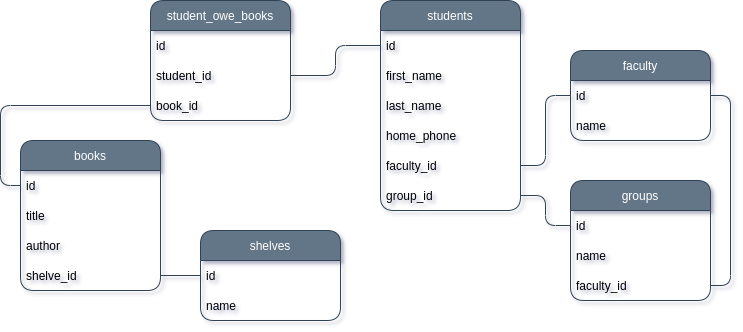
Earlier version of the draw.io export diagram.png (kud-aa/project-seminar). Source tidied: cells renumbered, new cells last; positions are measured from the earlier drawing's top-left corner, leaving out a move shared by most shapes.
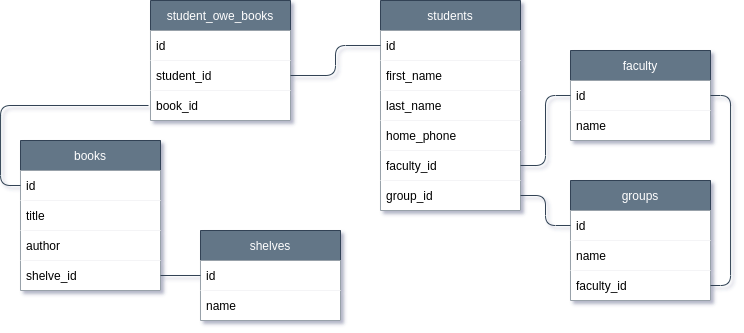
Above is the later version.

What changed in the source:
```diff
@@ -2,85 +2,85 @@
   <root>
     <mxCell id="0" />
     <mxCell id="1" parent="0" />
-    <mxCell id="2" value="faculty" style="swimlane;fontStyle=0;horizontal=1;startSize=30;rounded=1;fillColor=#647687;fontColor=#ffffff;strokeColor=#314354;" parent="1" vertex="1">
+    <mxCell id="2" value="faculty" style="swimlane;fontStyle=0;horizontal=1;startSize=30;rounded=0;fillColor=#647687;fontColor=#ffffff;strokeColor=#314354;" parent="1" vertex="1">
       <mxGeometry x="550" y="50" width="140" height="90" as="geometry" />
     </mxCell>
-    <mxCell id="3" value="id" style="text;strokeColor=none;fillColor=none;align=left;verticalAlign=middle;spacingLeft=4;spacingRight=4;overflow=hidden;points=[[0,0.5],[1,0.5]];portConstraint=eastwest;rounded=1;" parent="2" vertex="1">
+    <mxCell id="3" value="id" style="text;strokeColor=none;fillColor=default;align=left;verticalAlign=middle;spacingLeft=4;spacingRight=4;overflow=hidden;points=[[0,0.5],[1,0.5]];portConstraint=eastwest;rounded=0;" parent="2" vertex="1">
       <mxGeometry y="30" width="140" height="30" as="geometry" />
     </mxCell>
-    <mxCell id="4" value="name" style="text;strokeColor=none;fillColor=none;align=left;verticalAlign=middle;spacingLeft=4;spacingRight=4;overflow=hidden;" parent="2" vertex="1">
+    <mxCell id="4" value="name" style="text;strokeColor=none;fillColor=default;align=left;verticalAlign=middle;spacingLeft=4;spacingRight=4;overflow=hidden;" parent="2" vertex="1">
       <mxGeometry y="60" width="140" height="30" as="geometry" />
     </mxCell>
-    <mxCell id="5" value="groups" style="swimlane;fontStyle=0;horizontal=1;startSize=30;rounded=1;fillColor=#647687;fontColor=#ffffff;strokeColor=#314354;" parent="1" vertex="1">
+    <mxCell id="5" value="groups" style="swimlane;fontStyle=0;horizontal=1;startSize=30;rounded=0;fillColor=#647687;fontColor=#ffffff;strokeColor=#314354;" parent="1" vertex="1">
       <mxGeometry x="550" y="180" width="140" height="120" as="geometry" />
     </mxCell>
-    <mxCell id="6" value="id" style="text;strokeColor=none;fillColor=none;align=left;verticalAlign=middle;spacingLeft=4;spacingRight=4;overflow=hidden;points=[[0,0.5],[1,0.5]];portConstraint=eastwest;rounded=1;" parent="5" vertex="1">
+    <mxCell id="6" value="id" style="text;strokeColor=none;fillColor=default;align=left;verticalAlign=middle;spacingLeft=4;spacingRight=4;overflow=hidden;points=[[0,0.5],[1,0.5]];portConstraint=eastwest;rounded=0;" parent="5" vertex="1">
       <mxGeometry y="30" width="140" height="30" as="geometry" />
     </mxCell>
-    <mxCell id="7" value="name" style="text;strokeColor=none;fillColor=none;align=left;verticalAlign=middle;spacingLeft=4;spacingRight=4;overflow=hidden;" parent="5" vertex="1">
+    <mxCell id="7" value="name" style="text;strokeColor=none;fillColor=default;align=left;verticalAlign=middle;spacingLeft=4;spacingRight=4;overflow=hidden;" parent="5" vertex="1">
       <mxGeometry y="60" width="140" height="30" as="geometry" />
     </mxCell>
-    <mxCell id="8" value="faculty_id" style="text;strokeColor=none;fillColor=none;align=left;verticalAlign=middle;spacingLeft=4;spacingRight=4;overflow=hidden;points=[[0,0.5],[1,0.5]];portConstraint=eastwest;" parent="5" vertex="1">
+    <mxCell id="8" value="faculty_id" style="text;strokeColor=none;fillColor=default;align=left;verticalAlign=middle;spacingLeft=4;spacingRight=4;overflow=hidden;points=[[0,0.5],[1,0.5]];portConstraint=eastwest;" parent="5" vertex="1">
       <mxGeometry y="90" width="140" height="30" as="geometry" />
     </mxCell>
-    <mxCell id="9" value="students" style="swimlane;fontStyle=0;horizontal=1;startSize=30;rounded=1;fillColor=#647687;fontColor=#ffffff;strokeColor=#314354;" parent="1" vertex="1">
+    <mxCell id="9" value="students" style="swimlane;fontStyle=0;horizontal=1;startSize=30;rounded=0;fillColor=#647687;fontColor=#ffffff;strokeColor=#314354;" parent="1" vertex="1">
       <mxGeometry x="360" width="140" height="210" as="geometry" />
     </mxCell>
-    <mxCell id="10" value="id" style="text;strokeColor=none;fillColor=none;align=left;verticalAlign=middle;spacingLeft=4;spacingRight=4;overflow=hidden;points=[[0,0.5],[1,0.5]];portConstraint=eastwest;rounded=1;" parent="9" vertex="1">
+    <mxCell id="10" value="id" style="text;strokeColor=none;fillColor=default;align=left;verticalAlign=middle;spacingLeft=4;spacingRight=4;overflow=hidden;points=[[0,0.5],[1,0.5]];portConstraint=eastwest;rounded=0;" parent="9" vertex="1">
       <mxGeometry y="30" width="140" height="30" as="geometry" />
     </mxCell>
-    <mxCell id="11" value="first_name" style="text;strokeColor=none;fillColor=none;align=left;verticalAlign=middle;spacingLeft=4;spacingRight=4;overflow=hidden;" parent="9" vertex="1">
+    <mxCell id="11" value="first_name" style="text;strokeColor=none;fillColor=default;align=left;verticalAlign=middle;spacingLeft=4;spacingRight=4;overflow=hidden;" parent="9" vertex="1">
       <mxGeometry y="60" width="140" height="30" as="geometry" />
     </mxCell>
-    <mxCell id="12" value="last_name" style="text;strokeColor=none;fillColor=none;align=left;verticalAlign=middle;spacingLeft=4;spacingRight=4;overflow=hidden;" parent="9" vertex="1">
+    <mxCell id="12" value="last_name" style="text;strokeColor=none;fillColor=default;align=left;verticalAlign=middle;spacingLeft=4;spacingRight=4;overflow=hidden;" parent="9" vertex="1">
       <mxGeometry y="90" width="140" height="30" as="geometry" />
     </mxCell>
-    <mxCell id="13" value="home_phone" style="text;strokeColor=none;fillColor=none;align=left;verticalAlign=middle;spacingLeft=4;spacingRight=4;overflow=hidden;" parent="9" vertex="1">
+    <mxCell id="13" value="home_phone" style="text;strokeColor=none;fillColor=default;align=left;verticalAlign=middle;spacingLeft=4;spacingRight=4;overflow=hidden;" parent="9" vertex="1">
       <mxGeometry y="120" width="140" height="30" as="geometry" />
     </mxCell>
-    <mxCell id="14" value="faculty_id" style="text;strokeColor=none;fillColor=none;align=left;verticalAlign=middle;spacingLeft=4;spacingRight=4;overflow=hidden;points=[[0,0.5],[1,0.5]];portConstraint=eastwest;" parent="9" vertex="1">
+    <mxCell id="14" value="faculty_id" style="text;strokeColor=none;fillColor=default;align=left;verticalAlign=middle;spacingLeft=4;spacingRight=4;overflow=hidden;points=[[0,0.5],[1,0.5]];portConstraint=eastwest;" parent="9" vertex="1">
       <mxGeometry y="150" width="140" height="30" as="geometry" />
     </mxCell>
-    <mxCell id="15" value="group_id" style="text;strokeColor=none;fillColor=none;align=left;verticalAlign=middle;spacingLeft=4;spacingRight=4;overflow=hidden;points=[[0,0.5],[1,0.5]];portConstraint=eastwest;" parent="9" vertex="1">
+    <mxCell id="15" value="group_id" style="text;strokeColor=none;fillColor=default;align=left;verticalAlign=middle;spacingLeft=4;spacingRight=4;overflow=hidden;points=[[0,0.5],[1,0.5]];portConstraint=eastwest;" parent="9" vertex="1">
       <mxGeometry y="180" width="140" height="30" as="geometry" />
     </mxCell>
-    <mxCell id="16" value="student_owe_books" style="swimlane;fontStyle=0;horizontal=1;startSize=30;rounded=1;fillColor=#647687;fontColor=#ffffff;strokeColor=#314354;" parent="1" vertex="1">
+    <mxCell id="16" value="student_owe_books" style="swimlane;fontStyle=0;horizontal=1;startSize=30;rounded=0;fillColor=#647687;fontColor=#ffffff;strokeColor=#314354;swimlaneLine=1;" parent="1" vertex="1">
       <mxGeometry x="130" width="140" height="120" as="geometry" />
     </mxCell>
-    <mxCell id="17" value="id" style="text;strokeColor=none;fillColor=none;align=left;verticalAlign=middle;spacingLeft=4;spacingRight=4;overflow=hidden;rounded=1;" parent="16" vertex="1">
+    <mxCell id="17" value="id" style="text;align=left;verticalAlign=middle;spacingLeft=4;spacingRight=4;overflow=hidden;rounded=0;fillColor=default;" parent="16" vertex="1">
       <mxGeometry y="30" width="140" height="30" as="geometry" />
     </mxCell>
-    <mxCell id="18" value="student_id" style="text;strokeColor=none;fillColor=none;align=left;verticalAlign=middle;spacingLeft=4;spacingRight=4;overflow=hidden;points=[[0,0.5],[1,0.5]];portConstraint=eastwest;" parent="16" vertex="1">
+    <mxCell id="18" value="student_id" style="text;strokeColor=none;fillColor=default;align=left;verticalAlign=middle;spacingLeft=4;spacingRight=4;overflow=hidden;points=[[0,0.5],[1,0.5]];portConstraint=eastwest;" parent="16" vertex="1">
       <mxGeometry y="60" width="140" height="30" as="geometry" />
     </mxCell>
-    <mxCell id="19" value="book_id" style="text;strokeColor=none;fillColor=none;align=left;verticalAlign=middle;spacingLeft=4;spacingRight=4;overflow=hidden;points=[[0,0.5],[1,0.5]];portConstraint=eastwest;" parent="16" vertex="1">
+    <mxCell id="19" value="book_id" style="text;strokeColor=none;fillColor=default;align=left;verticalAlign=middle;spacingLeft=4;spacingRight=4;overflow=hidden;points=[[0,0.5],[1,0.5]];portConstraint=eastwest;rounded=0;perimeterSpacing=2;" parent="16" vertex="1">
       <mxGeometry y="90" width="140" height="30" as="geometry" />
     </mxCell>
     <mxCell id="20" style="edgeStyle=orthogonalEdgeStyle;rounded=1;jettySize=auto;html=1;exitX=0;exitY=0.5;exitDx=0;exitDy=0;entryX=1;entryY=0.5;entryDx=0;entryDy=0;endArrow=none;endFill=0;strokeColor=#314354;" parent="1" edge="1" source="3" target="14">
       <mxGeometry relative="1" as="geometry" />
     </mxCell>
-    <mxCell id="21" value="books" style="swimlane;fontStyle=0;horizontal=1;startSize=30;rounded=1;fillColor=#647687;fontColor=#ffffff;strokeColor=#314354;" parent="1" vertex="1">
+    <mxCell id="21" value="books" style="swimlane;fontStyle=0;horizontal=1;startSize=30;rounded=0;fillColor=#647687;fontColor=#ffffff;strokeColor=#314354;" parent="1" vertex="1">
       <mxGeometry y="140" width="140" height="150" as="geometry" />
     </mxCell>
-    <mxCell id="22" value="id" style="text;strokeColor=none;fillColor=none;align=left;verticalAlign=middle;spacingLeft=4;spacingRight=4;overflow=hidden;points=[[0,0.5],[1,0.5]];portConstraint=eastwest;rounded=1;" parent="21" vertex="1">
+    <mxCell id="22" value="id" style="text;strokeColor=none;fillColor=default;align=left;verticalAlign=middle;spacingLeft=4;spacingRight=4;overflow=hidden;points=[[0,0.5],[1,0.5]];portConstraint=eastwest;rounded=0;" parent="21" vertex="1">
       <mxGeometry y="30" width="140" height="30" as="geometry" />
     </mxCell>
-    <mxCell id="23" value="title" style="text;strokeColor=none;fillColor=none;align=left;verticalAlign=middle;spacingLeft=4;spacingRight=4;overflow=hidden;" parent="21" vertex="1">
+    <mxCell id="23" value="title" style="text;strokeColor=none;fillColor=default;align=left;verticalAlign=middle;spacingLeft=4;spacingRight=4;overflow=hidden;" parent="21" vertex="1">
       <mxGeometry y="60" width="140" height="30" as="geometry" />
     </mxCell>
-    <mxCell id="24" value="author" style="text;strokeColor=none;fillColor=none;align=left;verticalAlign=middle;spacingLeft=4;spacingRight=4;overflow=hidden;" parent="21" vertex="1">
+    <mxCell id="24" value="author" style="text;strokeColor=none;fillColor=default;align=left;verticalAlign=middle;spacingLeft=4;spacingRight=4;overflow=hidden;" parent="21" vertex="1">
       <mxGeometry y="90" width="140" height="30" as="geometry" />
     </mxCell>
-    <mxCell id="25" value="shelve_id" style="text;strokeColor=none;fillColor=none;align=left;verticalAlign=middle;spacingLeft=4;spacingRight=4;overflow=hidden;points=[[0,0.5],[1,0.5]];portConstraint=eastwest;" parent="21" vertex="1">
+    <mxCell id="25" value="shelve_id" style="text;strokeColor=none;fillColor=default;align=left;verticalAlign=middle;spacingLeft=4;spacingRight=4;overflow=hidden;points=[[0,0.5],[1,0.5]];portConstraint=eastwest;" parent="21" vertex="1">
       <mxGeometry y="120" width="140" height="30" as="geometry" />
     </mxCell>
-    <mxCell id="26" value="shelves" style="swimlane;fontStyle=0;horizontal=1;startSize=30;rounded=1;fillColor=#647687;fontColor=#ffffff;strokeColor=#314354;" parent="1" vertex="1">
+    <mxCell id="26" value="shelves" style="swimlane;fontStyle=0;horizontal=1;startSize=30;rounded=0;fillColor=#647687;fontColor=#ffffff;strokeColor=#314354;" parent="1" vertex="1">
       <mxGeometry x="180" y="230" width="140" height="90" as="geometry" />
     </mxCell>
-    <mxCell id="27" value="id" style="text;strokeColor=none;fillColor=none;align=left;verticalAlign=middle;spacingLeft=4;spacingRight=4;overflow=hidden;points=[[0,0.5],[1,0.5]];portConstraint=eastwest;rounded=1;" parent="26" vertex="1">
+    <mxCell id="27" value="id" style="text;strokeColor=none;fillColor=default;align=left;verticalAlign=middle;spacingLeft=4;spacingRight=4;overflow=hidden;points=[[0,0.5],[1,0.5]];portConstraint=eastwest;rounded=0;" parent="26" vertex="1">
       <mxGeometry y="30" width="140" height="30" as="geometry" />
     </mxCell>
-    <mxCell id="28" value="name" style="text;strokeColor=none;fillColor=none;align=left;verticalAlign=middle;spacingLeft=4;spacingRight=4;overflow=hidden;" parent="26" vertex="1">
+    <mxCell id="28" value="name" style="text;strokeColor=none;fillColor=default;align=left;verticalAlign=middle;spacingLeft=4;spacingRight=4;overflow=hidden;" parent="26" vertex="1">
       <mxGeometry y="60" width="140" height="30" as="geometry" />
     </mxCell>
     <mxCell id="29" style="edgeStyle=orthogonalEdgeStyle;jettySize=auto;html=1;exitX=1;exitY=0.5;exitDx=0;exitDy=0;entryX=1;entryY=0.5;entryDx=0;entryDy=0;endArrow=none;endFill=0;strokeColor=#314354;" parent="1" edge="1" source="8" target="3">
```
